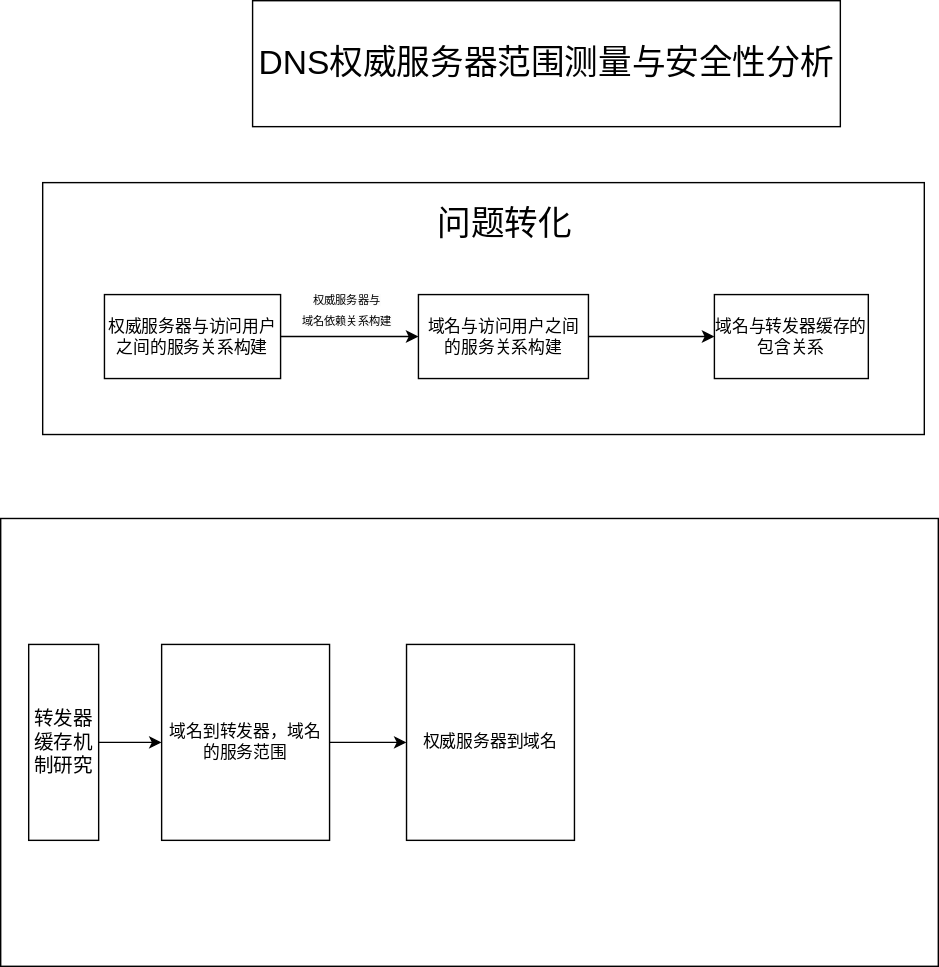
This is test.svg from pythontha/Forwarder-cache, a draw.io export, as it was before one commit. Source tidied: cells renumbered, new cells last; positions are measured from the earlier drawing's top-left corner, leaving out a move shared by most shapes.
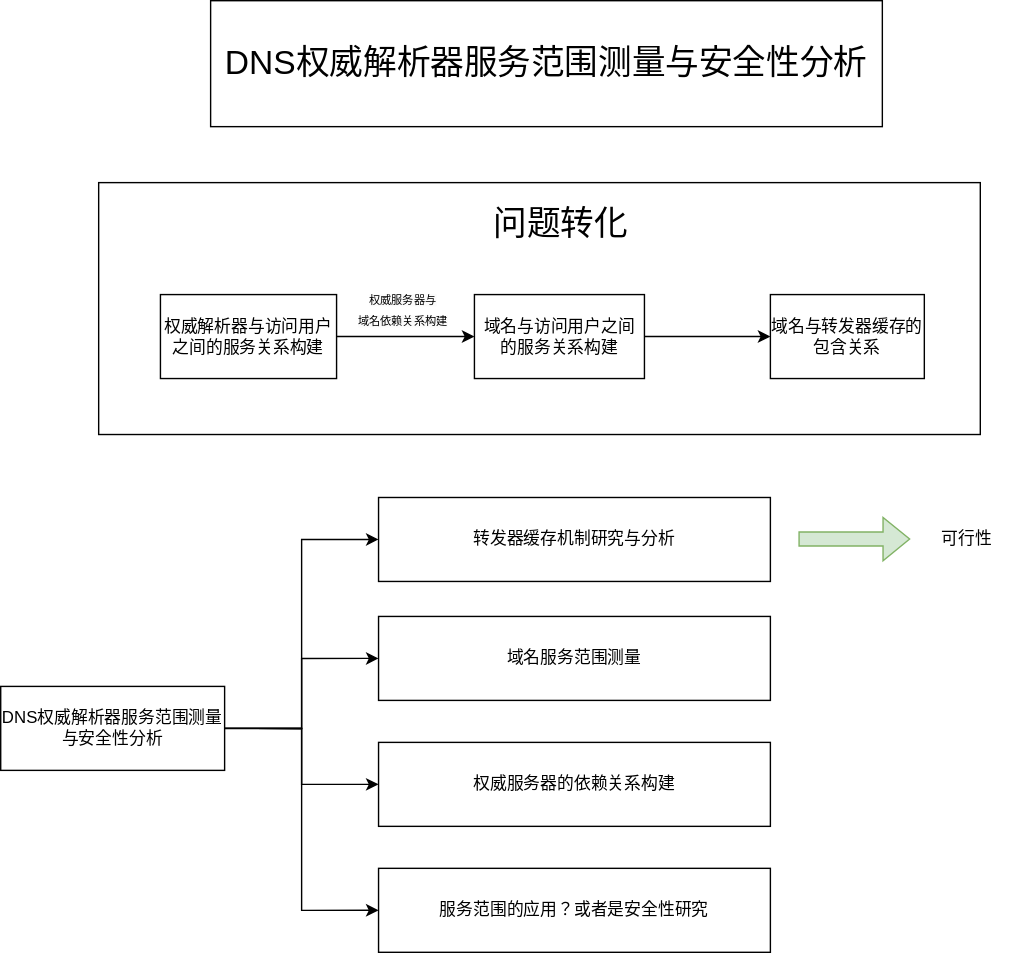
After the change.

What changed in the source:
```diff
@@ -2,11 +2,11 @@
   <root>
     <mxCell id="0" />
     <mxCell id="1" parent="0" />
-    <mxCell id="2" value="&lt;font style=&quot;font-size: 24px;&quot;&gt;DNS权威服务器范围测量与安全性分析&lt;/font&gt;" style="rounded=0;whiteSpace=wrap;html=1;" parent="1" vertex="1">
-      <mxGeometry x="180" width="420" height="90" as="geometry" />
+    <mxCell id="2" value="&lt;font style=&quot;font-size: 24px;&quot;&gt;DNS权威解析器服务范围测量与安全性分析&lt;/font&gt;" style="rounded=0;whiteSpace=wrap;html=1;" parent="1" vertex="1">
+      <mxGeometry x="120" width="480" height="90" as="geometry" />
     </mxCell>
     <mxCell id="3" style="group;" parent="1" vertex="1">
-      <mxGeometry x="30" y="130" width="640" height="180" as="geometry" />
+      <mxGeometry x="40" y="130" width="640" height="180" as="geometry" />
     </mxCell>
     <mxCell id="4" style="rounded=0;whiteSpace=wrap;html=1;" parent="3" vertex="1">
       <mxGeometry width="630" height="180" as="geometry" />
@@ -14,7 +14,7 @@
     <mxCell id="5" value="&lt;font style=&quot;font-size: 24px;&quot;&gt;问题转化&lt;/font&gt;" style="text;html=1;align=center;verticalAlign=middle;strokeColor=none;fillColor=none;" parent="3" vertex="1">
       <mxGeometry x="270" y="10" width="120" height="40" as="geometry" />
     </mxCell>
-    <mxCell id="6" value="&lt;font style=&quot;font-size: 12px;&quot;&gt;权威服务器与访问用户之间的服务关系构建&lt;/font&gt;" style="rounded=0;whiteSpace=wrap;html=1;" parent="3" vertex="1">
+    <mxCell id="6" value="&lt;font style=&quot;font-size: 12px;&quot;&gt;权威解析器与访问用户之间的服务关系构建&lt;/font&gt;" style="rounded=0;whiteSpace=wrap;html=1;" parent="3" vertex="1">
       <mxGeometry x="44.1" y="80" width="125.9" height="60" as="geometry" />
     </mxCell>
     <mxCell id="7" value="域名与访问用户之间的服务关系构建" style="whiteSpace=wrap;html=1;rounded=0;" parent="3" vertex="1">
@@ -32,23 +32,41 @@
     <mxCell id="11" style="edgeStyle=orthogonalEdgeStyle;rounded=0;jettySize=auto;html=1;" parent="3" edge="1" source="7" target="10">
       <mxGeometry relative="1" as="geometry" />
     </mxCell>
-    <mxCell id="12" style="rounded=0;whiteSpace=wrap;html=1;" parent="1" vertex="1">
-      <mxGeometry y="370" width="670" height="320" as="geometry" />
-    </mxCell>
-    <mxCell id="13" style="edgeStyle=orthogonalEdgeStyle;rounded=0;jettySize=auto;html=1;" parent="1" edge="1" source="14" target="16">
-      <mxGeometry relative="1" as="geometry" />
-    </mxCell>
-    <mxCell id="14" value="&lt;font style=&quot;font-size: 14px;&quot;&gt;转发器缓存机制研究&lt;/font&gt;" style="whiteSpace=wrap;html=1;rounded=0;" parent="1" vertex="1">
-      <mxGeometry x="20" y="460" width="50" height="140" as="geometry" />
-    </mxCell>
-    <mxCell id="15" style="edgeStyle=orthogonalEdgeStyle;rounded=0;jettySize=auto;html=1;" parent="1" edge="1" source="16" target="17">
-      <mxGeometry relative="1" as="geometry" />
-    </mxCell>
-    <mxCell id="16" value="域名到转发器，域名的服务范围" style="whiteSpace=wrap;html=1;rounded=0;" parent="1" vertex="1">
-      <mxGeometry x="115" y="460" width="120" height="140" as="geometry" />
-    </mxCell>
-    <mxCell id="17" value="权威服务器到域名" style="whiteSpace=wrap;html=1;rounded=0;" parent="1" vertex="1">
-      <mxGeometry x="290" y="460" width="120" height="140" as="geometry" />
-    </mxCell>
+    <mxCell id="18" style="edgeStyle=orthogonalEdgeStyle;rounded=0;jettySize=auto;html=1;entryX=0;entryY=0.5;entryDx=0;entryDy=0;" parent="1" edge="1" source="22" target="23">
+      <mxGeometry relative="1" as="geometry" />
+    </mxCell>
+    <mxCell id="19" style="edgeStyle=orthogonalEdgeStyle;rounded=0;jettySize=auto;html=1;exitX=1;exitY=0.5;exitDx=0;exitDy=0;entryX=0;entryY=0.5;entryDx=0;entryDy=0;" parent="1" edge="1" source="22" target="26">
+      <mxGeometry relative="1" as="geometry" />
+    </mxCell>
+    <mxCell id="20" style="edgeStyle=orthogonalEdgeStyle;rounded=0;jettySize=auto;html=1;exitX=1;exitY=0.5;exitDx=0;exitDy=0;entryX=0;entryY=0.5;entryDx=0;entryDy=0;" parent="1" edge="1" source="22" target="27">
+      <mxGeometry relative="1" as="geometry" />
+    </mxCell>
+    <mxCell id="21" style="edgeStyle=orthogonalEdgeStyle;rounded=0;jettySize=auto;html=1;exitX=1;exitY=0.5;exitDx=0;exitDy=0;entryX=0;entryY=0.5;entryDx=0;entryDy=0;" parent="1" edge="1" source="22" target="28">
+      <mxGeometry relative="1" as="geometry" />
+    </mxCell>
+    <mxCell id="22" value="&lt;font style=&quot;font-size: 12px;&quot;&gt;DNS权威解析器服务范围测量与安全性分析&lt;/font&gt;" style="rounded=0;whiteSpace=wrap;html=1;" parent="1" vertex="1">
+      <mxGeometry x="-30" y="490" width="160" height="60" as="geometry" />
+    </mxCell>
+    <mxCell id="23" value="转发器缓存机制研究与分析" style="whiteSpace=wrap;html=1;rounded=0;" parent="1" vertex="1">
+      <mxGeometry x="240" y="355" width="280" height="60" as="geometry" />
+    </mxCell>
+    <mxCell id="24" style="shape=flexArrow;endArrow=classic;html=1;rounded=0;fillColor=#d5e8d4;strokeColor=#82b366;" parent="1" edge="1">
+      <mxGeometry relative="1" as="geometry">
+        <mxPoint x="540" y="384.7" as="sourcePoint" />
+        <mxPoint x="620" y="384.7" as="targetPoint" />
+      </mxGeometry>
+    </mxCell>
+    <mxCell id="25" value="&lt;font style=&quot;color: rgb(0, 0, 0);&quot;&gt;可行性&lt;/font&gt;" style="text;html=1;align=center;verticalAlign=middle;strokeColor=none;fillColor=none;" parent="1" vertex="1">
+      <mxGeometry x="630" y="370" width="60" height="30" as="geometry" />
+    </mxCell>
+    <mxCell id="26" value="域名服务范围测量" style="whiteSpace=wrap;html=1;rounded=0;" parent="1" vertex="1">
+      <mxGeometry x="240" y="440" width="280" height="60" as="geometry" />
+    </mxCell>
+    <mxCell id="27" value="权威服务器的依赖关系构建" style="whiteSpace=wrap;html=1;rounded=0;" parent="1" vertex="1">
+      <mxGeometry x="240" y="530" width="280" height="60" as="geometry" />
+    </mxCell>
+    <mxCell id="28" value="服务范围的应用？或者是安全性研究" style="whiteSpace=wrap;html=1;rounded=0;" parent="1" vertex="1">
+      <mxGeometry x="240" y="620" width="280" height="60" as="geometry" />
+    </mxCell>
   </root>
 </mxGraphModel>
```
